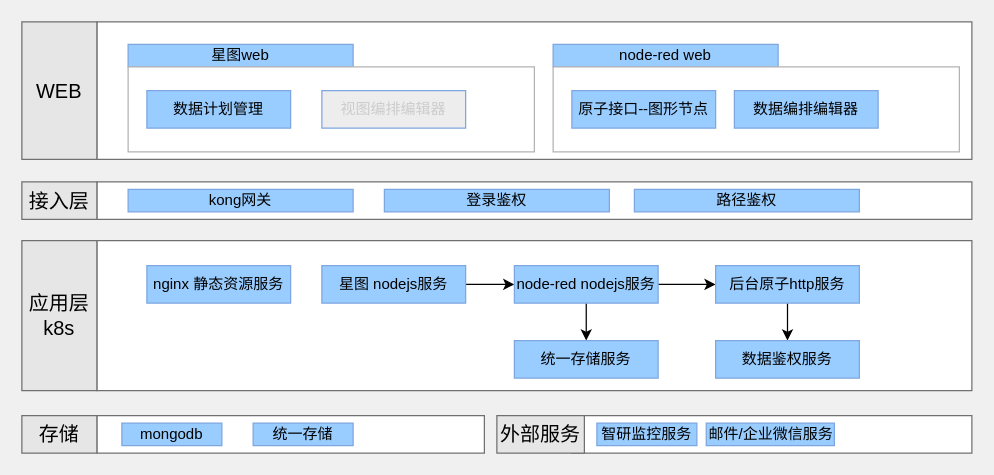
This is page "星图" (6 of 6) of lib/Untitled Diagram.drawio from 4yu/frontend-server, a draw.io file, before an edit. Source tidied: cells renumbered, new cells numbered last; positions are measured from the earlier drawing's top-left corner, leaving out a move shared by most shapes. Both pictures are drawn from the tidied source at 125%, with x=0, y=0 at pixel (21, 21).
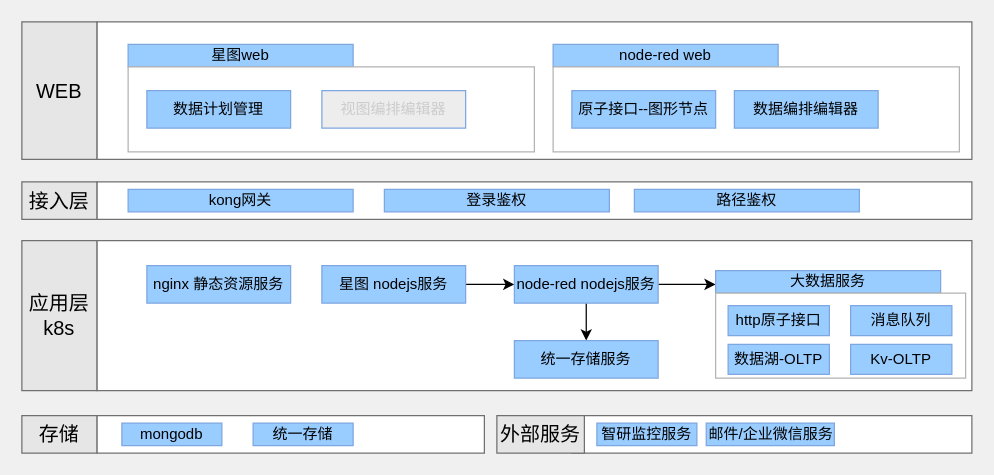
The same page after the edit.

Unchanged cells that the change refers to:
```xml
<mxCell id="28" value="node-red nodejs服务" style="rounded=0;whiteSpace=wrap;html=1;fillColor=#99CCFF;strokeColor=#7EA6E0;" parent="1" vertex="1">
  <mxGeometry x="394" y="195" width="115" height="30" as="geometry" />
</mxCell>
```

The edit, as a diff of the source:
```diff
@@
-    <mxCell id="26" style="edgeStyle=orthogonalEdgeStyle;rounded=0;jettySize=auto;html=1;fontSize=16;fontColor=#000000;entryX=0;entryY=0.5;entryDx=0;entryDy=0;" parent="1" edge="1" source="28" target="30">
-      <mxGeometry relative="1" as="geometry" />
+    <mxCell id="26" style="edgeStyle=orthogonalEdgeStyle;rounded=0;jettySize=auto;html=1;fontSize=16;fontColor=#000000;entryX=0;entryY=0.5;entryDx=0;entryDy=0;" parent="1" edge="1" source="28">
+      <mxGeometry relative="1" as="geometry">
+        <mxPoint x="555" y="210" as="targetPoint" />
+      </mxGeometry>
     </mxCell>
@@
-    <mxCell id="29" style="edgeStyle=orthogonalEdgeStyle;rounded=0;jettySize=auto;html=1;fontSize=16;fontColor=#000000;" parent="1" edge="1" source="30" target="31">
-      <mxGeometry relative="1" as="geometry" />
-    </mxCell>
-    <mxCell id="30" value="后台原子http服务" style="rounded=0;whiteSpace=wrap;html=1;fillColor=#99CCFF;strokeColor=#7EA6E0;" parent="1" vertex="1">
-      <mxGeometry x="555" y="195" width="115" height="30" as="geometry" />
-    </mxCell>
-    <mxCell id="31" value="数据鉴权服务" style="rounded=0;whiteSpace=wrap;html=1;fillColor=#99CCFF;strokeColor=#7EA6E0;" parent="1" vertex="1">
-      <mxGeometry x="555" y="255" width="115" height="30" as="geometry" />
-    </mxCell>
@@
+    <mxCell id="37" value="大数据服务" style="rounded=0;whiteSpace=wrap;html=1;fillColor=#99CCFF;strokeColor=#7EA6E0;" parent="1" vertex="1">
+      <mxGeometry x="555" y="199" width="180" height="18" as="geometry" />
+    </mxCell>
+    <mxCell id="38" style="rounded=0;whiteSpace=wrap;html=1;strokeColor=#B3B3B3;" parent="1" vertex="1">
+      <mxGeometry x="555" y="217" width="200" height="68" as="geometry" />
+    </mxCell>
+    <mxCell id="39" value="http原子接口" style="rounded=0;whiteSpace=wrap;html=1;fillColor=#99CCFF;strokeColor=#7EA6E0;" parent="1" vertex="1">
+      <mxGeometry x="565" y="227" width="81" height="24" as="geometry" />
+    </mxCell>
+    <mxCell id="40" value="消息队列" style="rounded=0;whiteSpace=wrap;html=1;fillColor=#99CCFF;strokeColor=#7EA6E0;" parent="1" vertex="1">
+      <mxGeometry x="663" y="227" width="81" height="24" as="geometry" />
+    </mxCell>
+    <mxCell id="41" value="Kv-OLTP" style="rounded=0;whiteSpace=wrap;html=1;fillColor=#99CCFF;strokeColor=#7EA6E0;" parent="1" vertex="1">
+      <mxGeometry x="663" y="258" width="81" height="24" as="geometry" />
+    </mxCell>
+    <mxCell id="42" value="数据湖-OLTP" style="rounded=0;whiteSpace=wrap;html=1;fillColor=#99CCFF;strokeColor=#7EA6E0;" parent="1" vertex="1">
+      <mxGeometry x="565" y="258" width="81" height="24" as="geometry" />
+    </mxCell>
```
